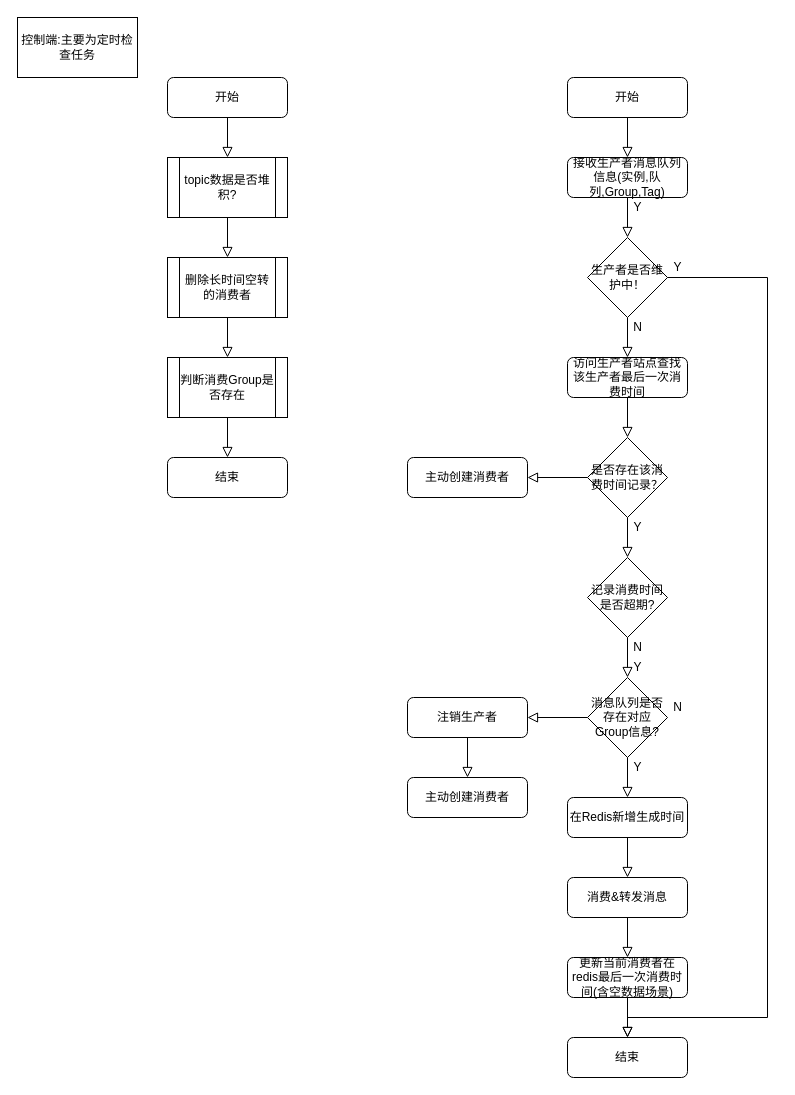
Earlier version of the draw.io diagram page "消息队列控制端" (4 of 5) of 懂牛生产者.drawio (yigoC/test). Source tidied: cells renumbered, new cells numbered last; positions are measured from the earlier drawing's top-left corner, leaving out a move shared by most shapes. Both pictures are drawn from the tidied source at 100%, with x=0, y=0 at pixel (17, 17).
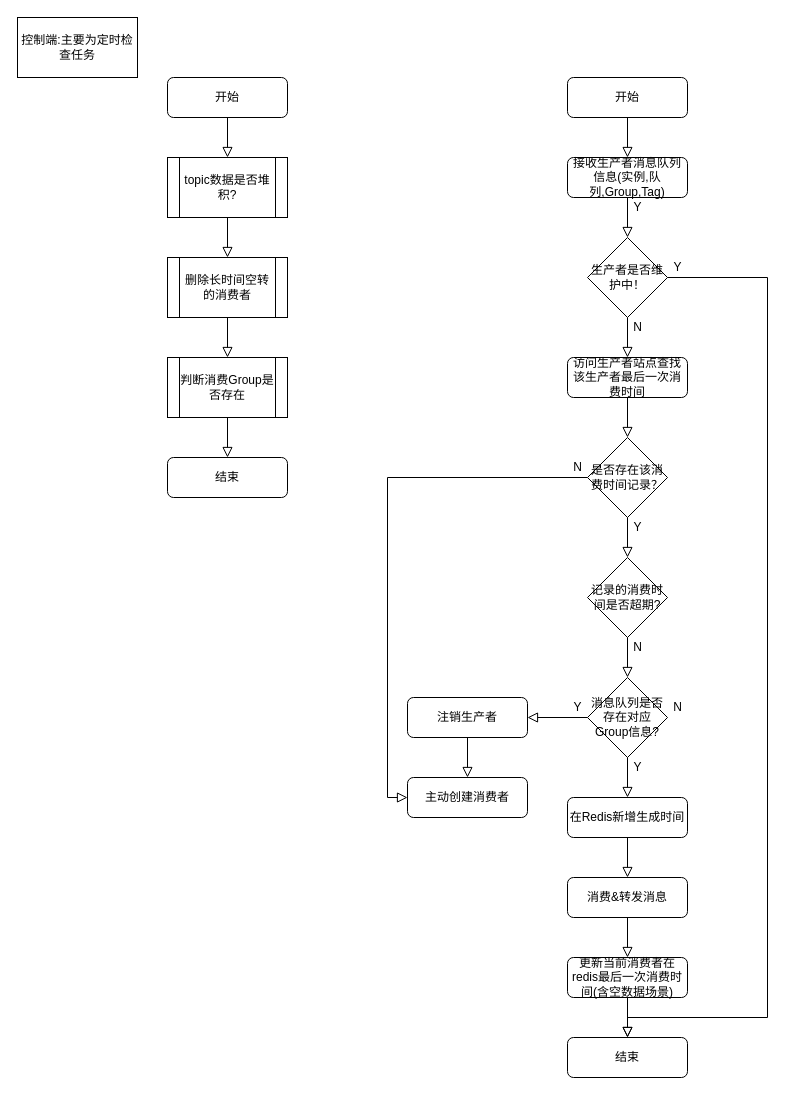
After the change.

Commit message:
Update 懂牛生产者.drawio

Unchanged cells that the change refers to:
```xml
<mxCell id="30" value="是否存在该消费时间记录？" style="rhombus;whiteSpace=wrap;html=1;" parent="1" vertex="1">
  <mxGeometry x="570" y="420" width="80" height="80" as="geometry" />
</mxCell>
<mxCell id="46" value="主动创建消费者" style="rounded=1;whiteSpace=wrap;html=1;fontSize=12;glass=0;strokeWidth=1;shadow=0;" parent="1" vertex="1">
  <mxGeometry x="390" y="760" width="120" height="40" as="geometry" />
</mxCell>
```

Change to the diagram source:
```diff
@@
-    <mxCell id="32" value="记录消费时间是否超期?" style="rhombus;whiteSpace=wrap;html=1;" parent="1" vertex="1">
+    <mxCell id="32" value="记录的消费时间是否超期?" style="rhombus;whiteSpace=wrap;html=1;" parent="1" vertex="1">
       <mxGeometry x="570" y="540" width="80" height="80" as="geometry" />
     </mxCell>
@@
     <mxCell id="37" value="Y&lt;br&gt;" style="text;html=1;align=center;verticalAlign=middle;" parent="1" vertex="1">
-      <mxGeometry x="610" y="640" width="20" height="20" as="geometry" />
+      <mxGeometry x="550" y="680" width="20" height="20" as="geometry" />
     </mxCell>
@@
-    <mxCell id="42" value="主动创建消费者" style="rounded=1;whiteSpace=wrap;html=1;fontSize=12;glass=0;strokeWidth=1;shadow=0;" parent="1" vertex="1">
-      <mxGeometry x="390" y="440" width="120" height="40" as="geometry" />
-    </mxCell>
-    <mxCell id="43" style="rounded=0;html=1;jettySize=auto;fontSize=11;endArrow=block;endFill=0;endSize=8;strokeWidth=1;shadow=0;labelBackgroundColor=none;edgeStyle=orthogonalEdgeStyle;entryX=1;entryY=0.5;entryDx=0;entryDy=0;exitX=0;exitY=0.5;exitDx=0;exitDy=0;" parent="1" edge="1" source="30" target="42">
+    <mxCell id="43" style="rounded=0;html=1;jettySize=auto;fontSize=11;endArrow=block;endFill=0;endSize=8;strokeWidth=1;shadow=0;labelBackgroundColor=none;edgeStyle=orthogonalEdgeStyle;entryX=0;entryY=0.5;entryDx=0;entryDy=0;exitX=0;exitY=0.5;exitDx=0;exitDy=0;" parent="1" edge="1" source="30" target="46">
       <mxGeometry relative="1" as="geometry" />
     </mxCell>
@@
+    <mxCell id="48" value="N" style="text;html=1;align=center;verticalAlign=middle;" parent="1" vertex="1">
+      <mxGeometry x="550" y="440" width="20" height="20" as="geometry" />
+    </mxCell>
```
